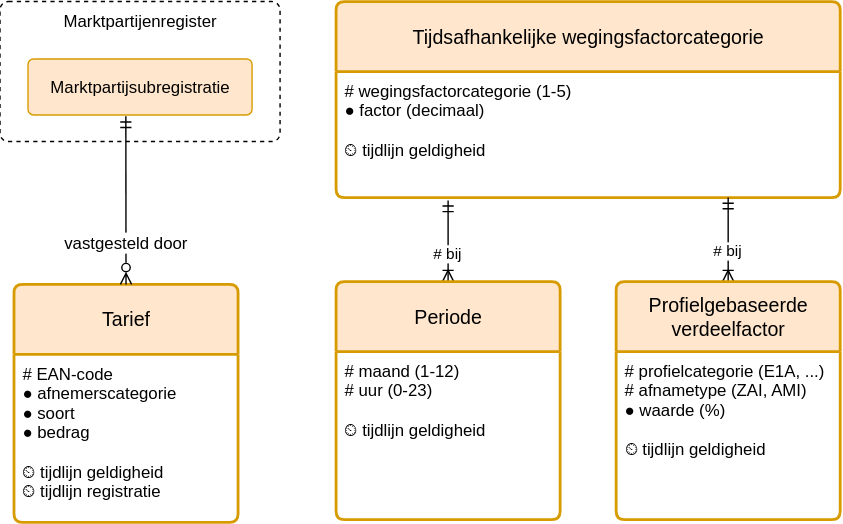
Earlier version of the draw.io export registers/tarievenregister/1.0/tarievenregister.drawio.svg (Netbeheer-Nederland/stelsel). Source tidied: cells renumbered, new cells last; positions are measured from the earlier drawing's top-left corner, leaving out a move shared by most shapes.
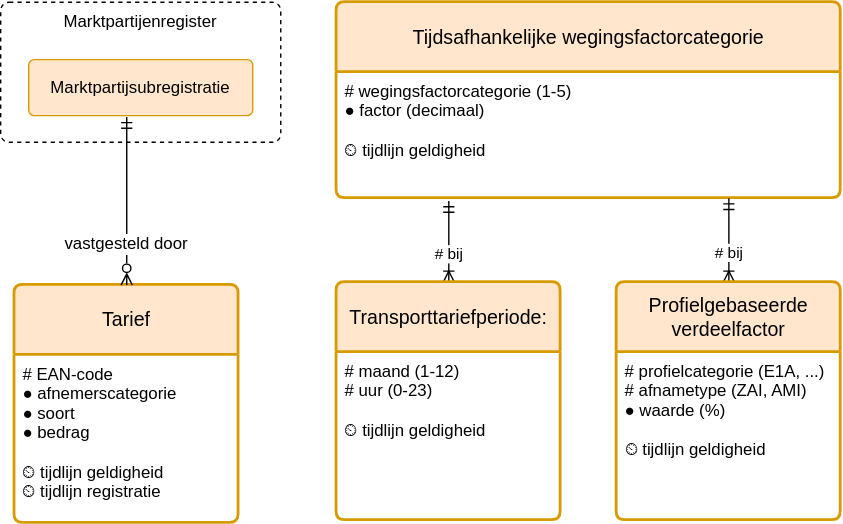
The same file after the commit.

The edit, as a diff of the source:
```diff
@@ -35,7 +35,7 @@
         <mxPoint y="16" as="offset" />
       </mxGeometry>
     </mxCell>
-    <mxCell id="11" value="Periode" style="swimlane;horizontal=1;startSize=50;rounded=1;fontSize=14;fontStyle=0;strokeWidth=2;shadow=0;dashed=0;align=center;fillColor=#ffe6cc;strokeColor=#d79b00;arcSize=4;whiteSpace=wrap;" parent="1" vertex="1">
+    <mxCell id="11" value="Transporttariefperiode:" style="swimlane;horizontal=1;startSize=50;rounded=1;fontSize=14;fontStyle=0;strokeWidth=2;shadow=0;dashed=0;align=center;fillColor=#ffe6cc;strokeColor=#d79b00;arcSize=4;whiteSpace=wrap;" parent="1" vertex="1">
       <mxGeometry x="240" y="200" width="160" height="170" as="geometry" />
     </mxCell>
     <mxCell id="12" value="# maand (1-12)&#10;# uur (0-23)&#10;&#10;⏲ tijdlijn geldigheid&#10;" style="align=left;strokeColor=none;fillColor=none;spacingLeft=4;fontSize=12;verticalAlign=top;" parent="11" vertex="1">
```
